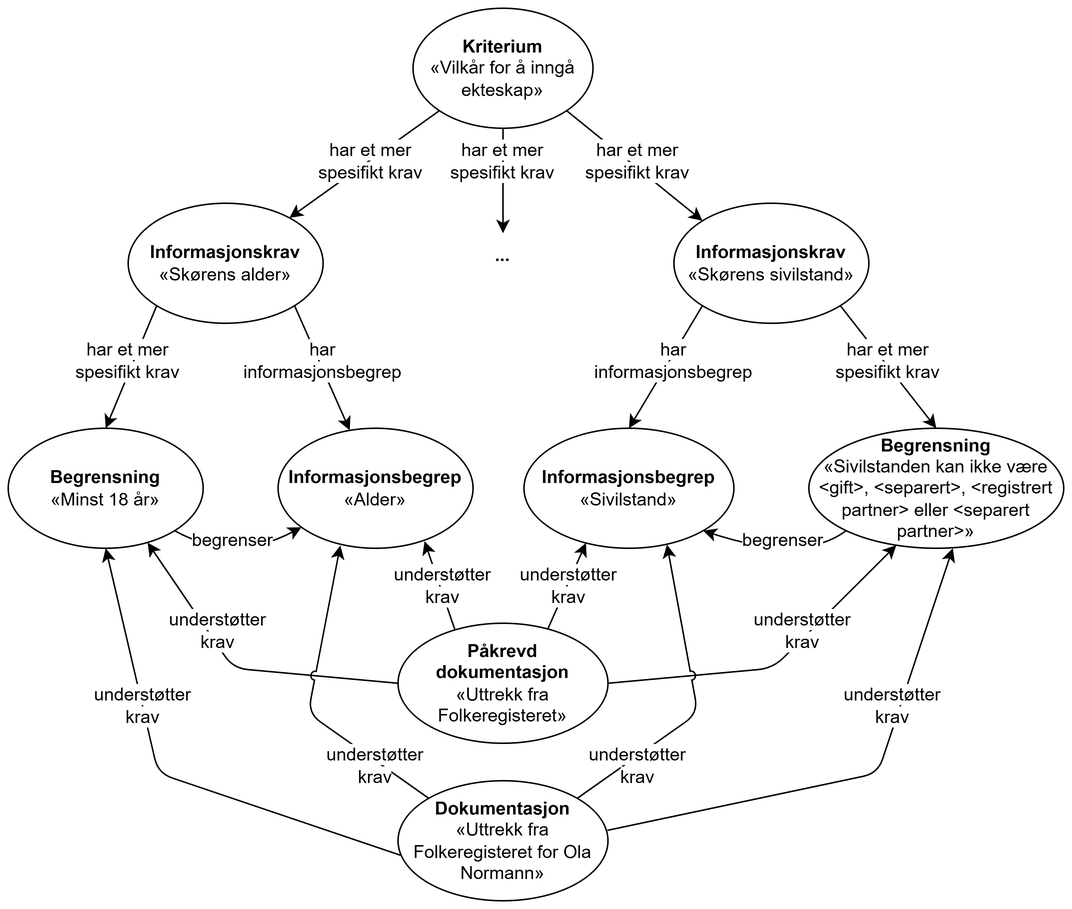
Earlier version of the draw.io export docs/images/Figur-eksempelbruk-kravsklassene.png (Informasjonsforvaltning/cccev-ap-no). Source tidied: cells renumbered, new cells last; positions are measured from the earlier drawing's top-left corner, leaving out a move shared by most shapes.
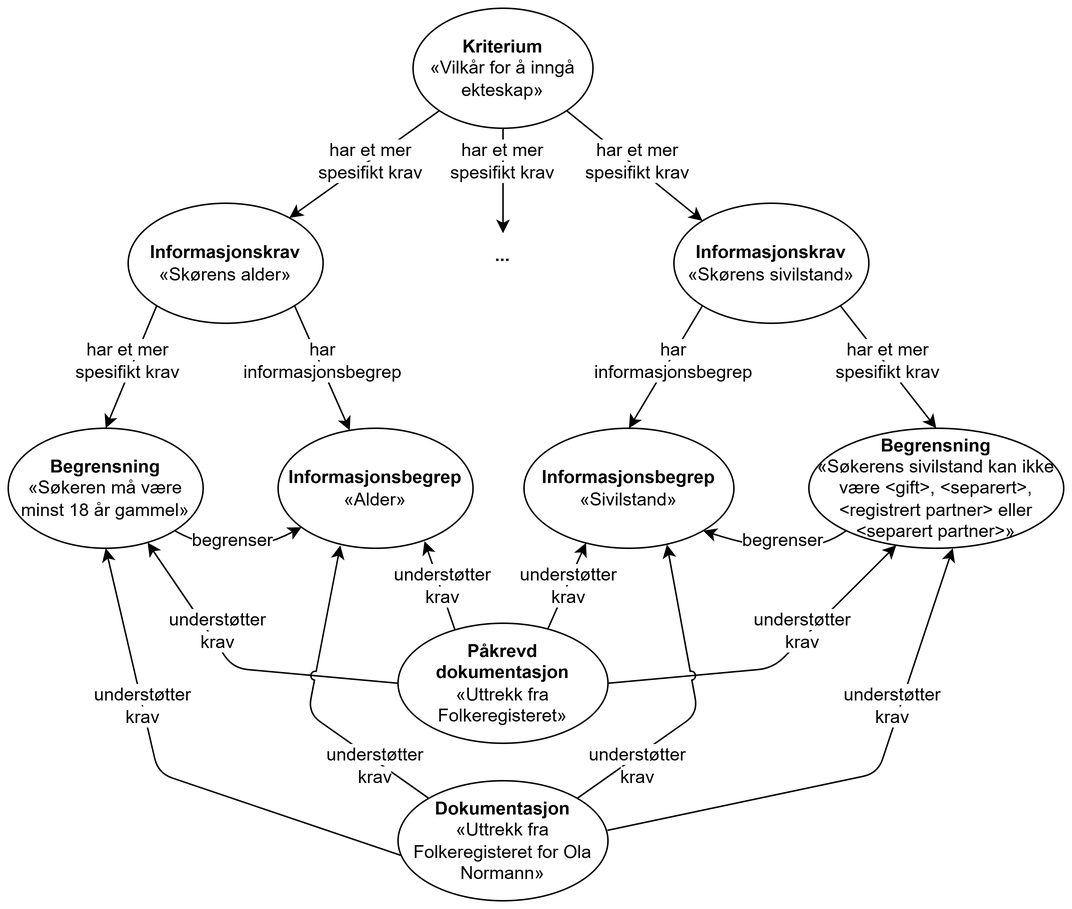
After the change.

What changed in the source:
```diff
@@ -11,7 +11,7 @@
     <mxCell id="4" value="&lt;b&gt;Informasjonskrav&lt;/b&gt;&lt;div&gt;«Skørens sivilstand»&lt;/div&gt;" style="ellipse;whiteSpace=wrap;html=1;" parent="1" vertex="1">
       <mxGeometry x="444" y="130" width="130" height="80" as="geometry" />
     </mxCell>
-    <mxCell id="5" value="&lt;b&gt;Begrensning&lt;br&gt;&lt;/b&gt;&lt;div&gt;&lt;span style=&quot;background-color: transparent; color: light-dark(rgb(0, 0, 0), rgb(255, 255, 255));&quot;&gt;«Minst 18 år»&lt;/span&gt;&lt;/div&gt;" style="ellipse;whiteSpace=wrap;html=1;" parent="1" vertex="1">
+    <mxCell id="5" value="&lt;b&gt;Begrensning&lt;/b&gt;&lt;div&gt;«Søkeren må være minst 18 år gammel»&lt;/div&gt;" style="ellipse;whiteSpace=wrap;html=1;" parent="1" vertex="1">
       <mxGeometry y="280" width="130" height="80" as="geometry" />
     </mxCell>
     <mxCell id="6" value="&lt;b&gt;Informasjonsbegrep&lt;/b&gt;&lt;div&gt;«Alder»&lt;/div&gt;" style="ellipse;whiteSpace=wrap;html=1;" parent="1" vertex="1">
@@ -20,7 +20,7 @@
     <mxCell id="7" value="&lt;b&gt;Informasjonsbegrep&lt;/b&gt;&lt;div&gt;«Sivilstand»&lt;/div&gt;" style="ellipse;whiteSpace=wrap;html=1;" parent="1" vertex="1">
       <mxGeometry x="344" y="280" width="140" height="80" as="geometry" />
     </mxCell>
-    <mxCell id="8" value="&lt;b&gt;Begrensning&lt;/b&gt;&lt;div&gt;«Sivilstanden kan ikke være &amp;lt;gift&amp;gt;, &amp;lt;separert&amp;gt;, &amp;lt;registrert partner&amp;gt; eller &amp;lt;separert partner&amp;gt;»&lt;/div&gt;" style="ellipse;whiteSpace=wrap;html=1;" parent="1" vertex="1">
+    <mxCell id="8" value="&lt;b&gt;Begrensning&lt;/b&gt;&lt;div&gt;«Søkerens sivilstand kan ikke være &amp;lt;gift&amp;gt;, &amp;lt;separert&amp;gt;, &amp;lt;registrert partner&amp;gt; eller &amp;lt;separert partner&amp;gt;»&lt;/div&gt;" style="ellipse;whiteSpace=wrap;html=1;" parent="1" vertex="1">
       <mxGeometry x="534" y="280" width="170" height="80" as="geometry" />
     </mxCell>
     <mxCell id="9" style="endArrow=classic;html=1;rounded=0;exitX=0;exitY=1;exitDx=0;exitDy=0;" parent="1" edge="1" source="2" target="3">
```
